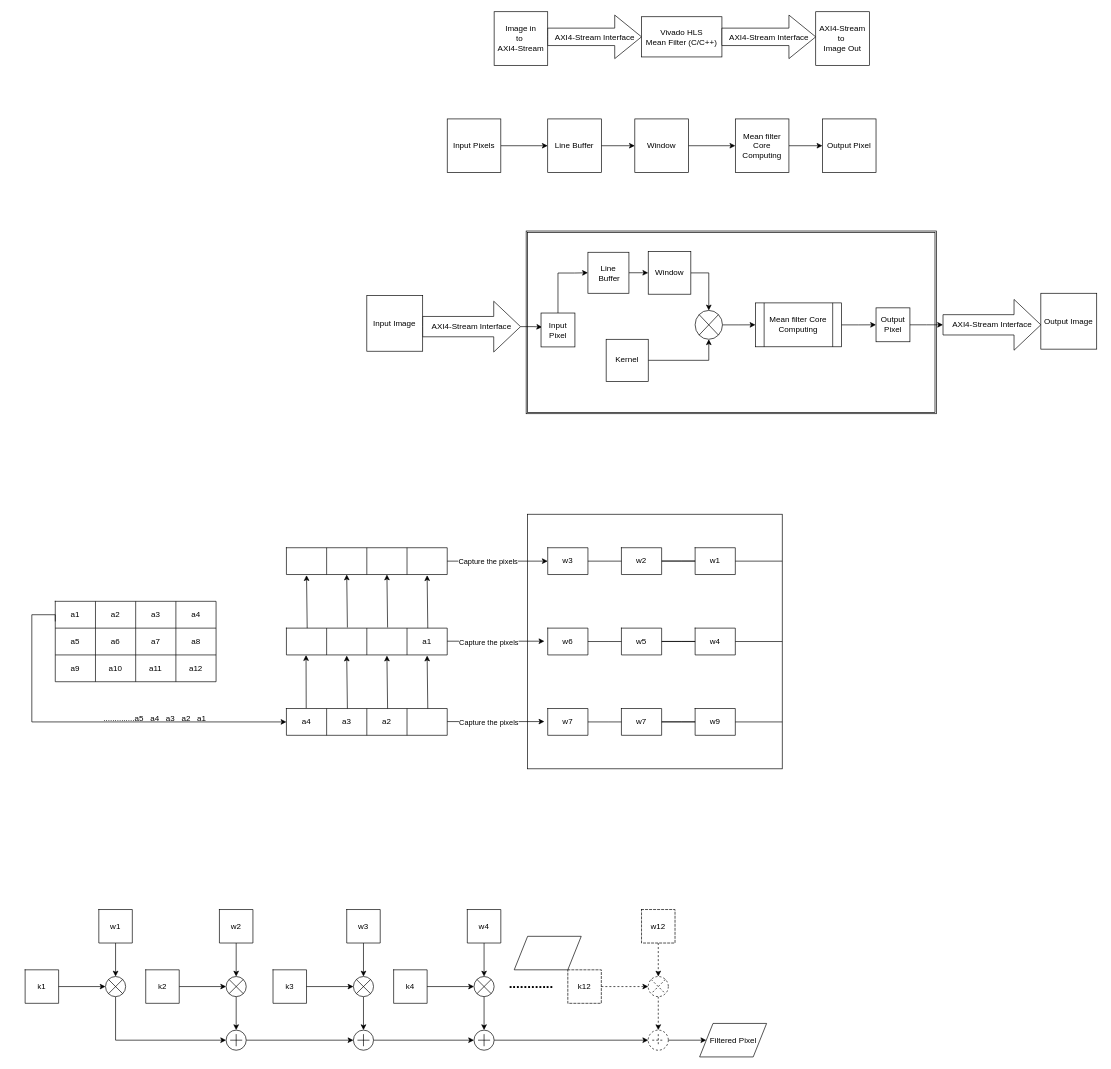
This is generalStructure.drawio from jhofre/thesisFigures, a draw.io file, before an edit. Source tidied: cells renumbered, new cells numbered last; positions are measured from the earlier drawing's top-left corner, leaving out a move shared by most shapes. Both pictures are drawn from the tidied source at 67%, with x=0, y=0 at pixel (25, 11).
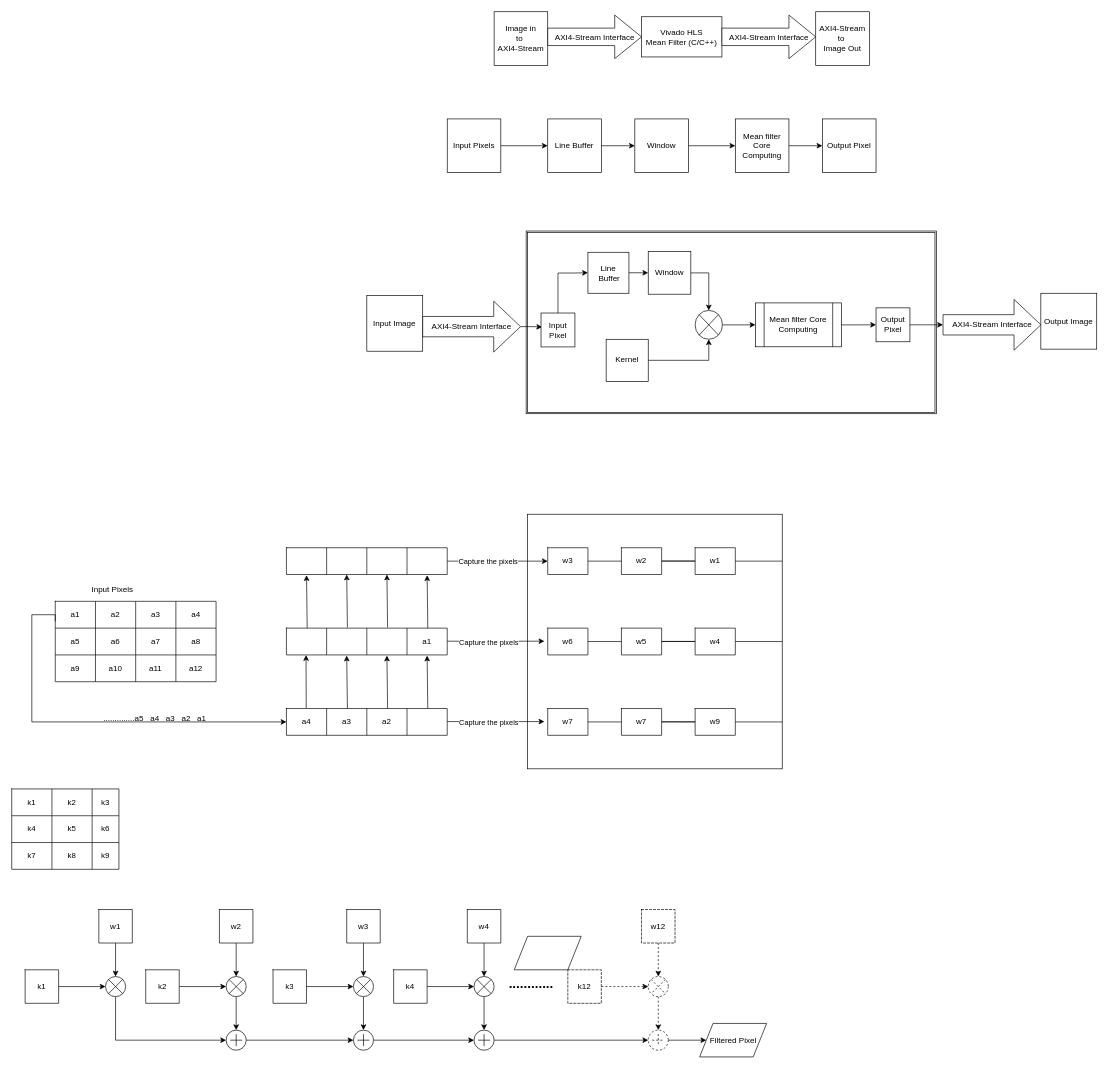
The same diagram, later.

The edit, as a diff of the source:
```diff
@@
+    <mxCell id="188" value="Input Pixels" style="text;html=1;align=center;verticalAlign=middle;strokeColor=none;fillColor=none;" parent="1" vertex="1">
+      <mxGeometry x="85" y="848" width="90" height="30" as="geometry" />
+    </mxCell>
+    <mxCell id="189" style="shape=table;startSize=0;childLayout=tableLayout;" parent="1" vertex="1">
+      <mxGeometry x="-20" y="1160" width="160" height="120" as="geometry" />
+    </mxCell>
+    <mxCell id="190" style="shape=tableRow;horizontal=0;startSize=0;swimlaneHead=0;swimlaneBody=0;strokeColor=inherit;top=0;left=0;bottom=0;right=0;fillColor=none;" parent="189" vertex="1">
+      <mxGeometry width="160" height="40" as="geometry" />
+    </mxCell>
+    <mxCell id="191" value="k1" style="shape=partialRectangle;html=1;whiteSpace=wrap;strokeColor=inherit;overflow=hidden;fillColor=none;top=0;left=0;bottom=0;right=0;" parent="190" vertex="1">
+      <mxGeometry width="60" height="40" as="geometry" />
+    </mxCell>
+    <mxCell id="192" value="k2" style="shape=partialRectangle;html=1;whiteSpace=wrap;strokeColor=inherit;overflow=hidden;fillColor=none;top=0;left=0;bottom=0;right=0;" parent="190" vertex="1">
+      <mxGeometry x="60" width="60" height="40" as="geometry" />
+    </mxCell>
+    <mxCell id="193" value="k3" style="shape=partialRectangle;html=1;whiteSpace=wrap;strokeColor=inherit;overflow=hidden;fillColor=none;top=0;left=0;bottom=0;right=0;" parent="190" vertex="1">
+      <mxGeometry x="120" width="40" height="40" as="geometry" />
+    </mxCell>
+    <mxCell id="194" style="shape=tableRow;horizontal=0;startSize=0;swimlaneHead=0;swimlaneBody=0;strokeColor=inherit;top=0;left=0;bottom=0;right=0;fillColor=none;" parent="189" vertex="1">
+      <mxGeometry y="40" width="160" height="40" as="geometry" />
+    </mxCell>
+    <mxCell id="195" value="k4" style="shape=partialRectangle;html=1;whiteSpace=wrap;strokeColor=inherit;overflow=hidden;fillColor=none;top=0;left=0;bottom=0;right=0;" parent="194" vertex="1">
+      <mxGeometry width="60" height="40" as="geometry" />
+    </mxCell>
+    <mxCell id="196" value="k5" style="shape=partialRectangle;html=1;whiteSpace=wrap;strokeColor=inherit;overflow=hidden;fillColor=none;top=0;left=0;bottom=0;right=0;" parent="194" vertex="1">
+      <mxGeometry x="60" width="60" height="40" as="geometry" />
+    </mxCell>
+    <mxCell id="197" value="k6" style="shape=partialRectangle;html=1;whiteSpace=wrap;strokeColor=inherit;overflow=hidden;fillColor=none;top=0;left=0;bottom=0;right=0;" parent="194" vertex="1">
+      <mxGeometry x="120" width="40" height="40" as="geometry" />
+    </mxCell>
+    <mxCell id="198" style="shape=tableRow;horizontal=0;startSize=0;swimlaneHead=0;swimlaneBody=0;strokeColor=inherit;top=0;left=0;bottom=0;right=0;fillColor=none;" parent="189" vertex="1">
+      <mxGeometry y="80" width="160" height="40" as="geometry" />
+    </mxCell>
+    <mxCell id="199" value="k7" style="shape=partialRectangle;html=1;whiteSpace=wrap;strokeColor=inherit;overflow=hidden;fillColor=none;top=0;left=0;bottom=0;right=0;" parent="198" vertex="1">
+      <mxGeometry width="60" height="40" as="geometry" />
+    </mxCell>
+    <mxCell id="200" value="k8" style="shape=partialRectangle;html=1;whiteSpace=wrap;strokeColor=inherit;overflow=hidden;fillColor=none;top=0;left=0;bottom=0;right=0;" parent="198" vertex="1">
+      <mxGeometry x="60" width="60" height="40" as="geometry" />
+    </mxCell>
+    <mxCell id="201" value="k9" style="shape=partialRectangle;html=1;whiteSpace=wrap;strokeColor=inherit;overflow=hidden;fillColor=none;top=0;left=0;bottom=0;right=0;" parent="198" vertex="1">
+      <mxGeometry x="120" width="40" height="40" as="geometry" />
+    </mxCell>
```
